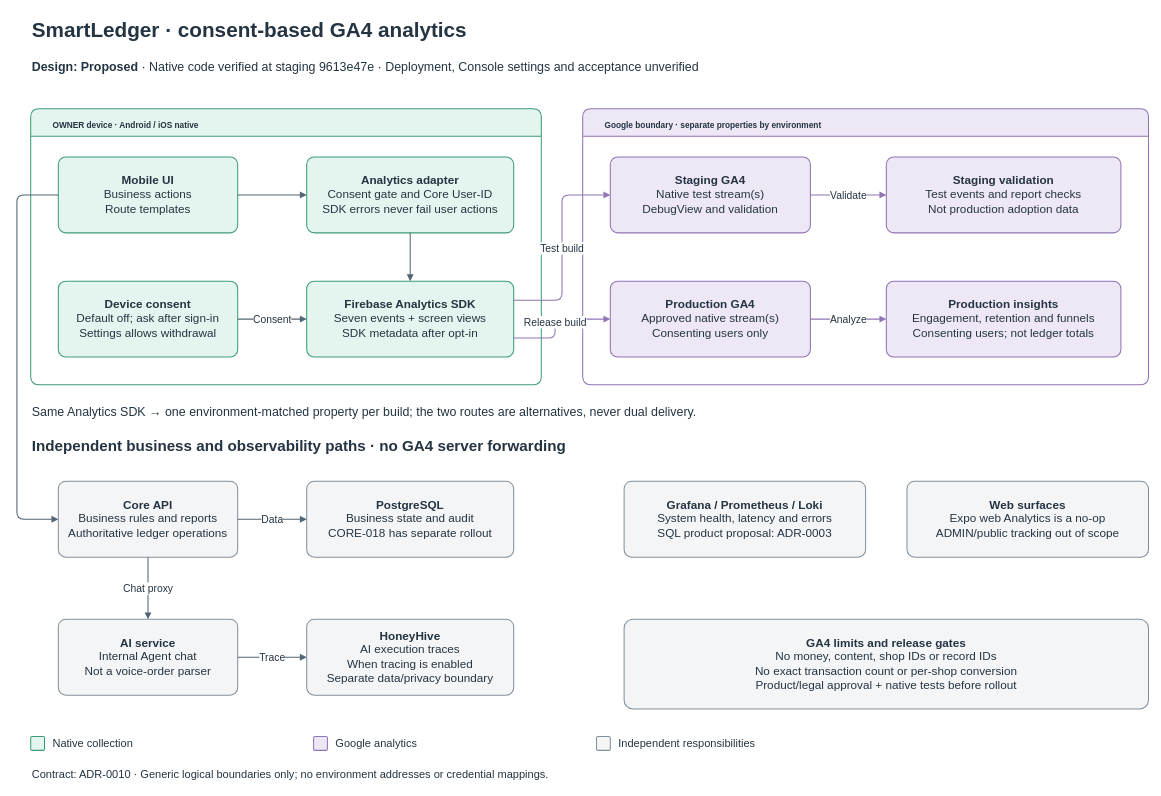
The draw.io diagram docs/architecture/diagrams/src/system-ga4.drawio in miphu2804/smart-ledger, before the edit. Source tidied: cells renumbered, new cells numbered last; positions are measured from the earlier drawing's top-left corner, leaving out a move shared by most shapes. Both pictures are drawn from the tidied source at 69%, with x=0, y=0 at pixel (17, 12).
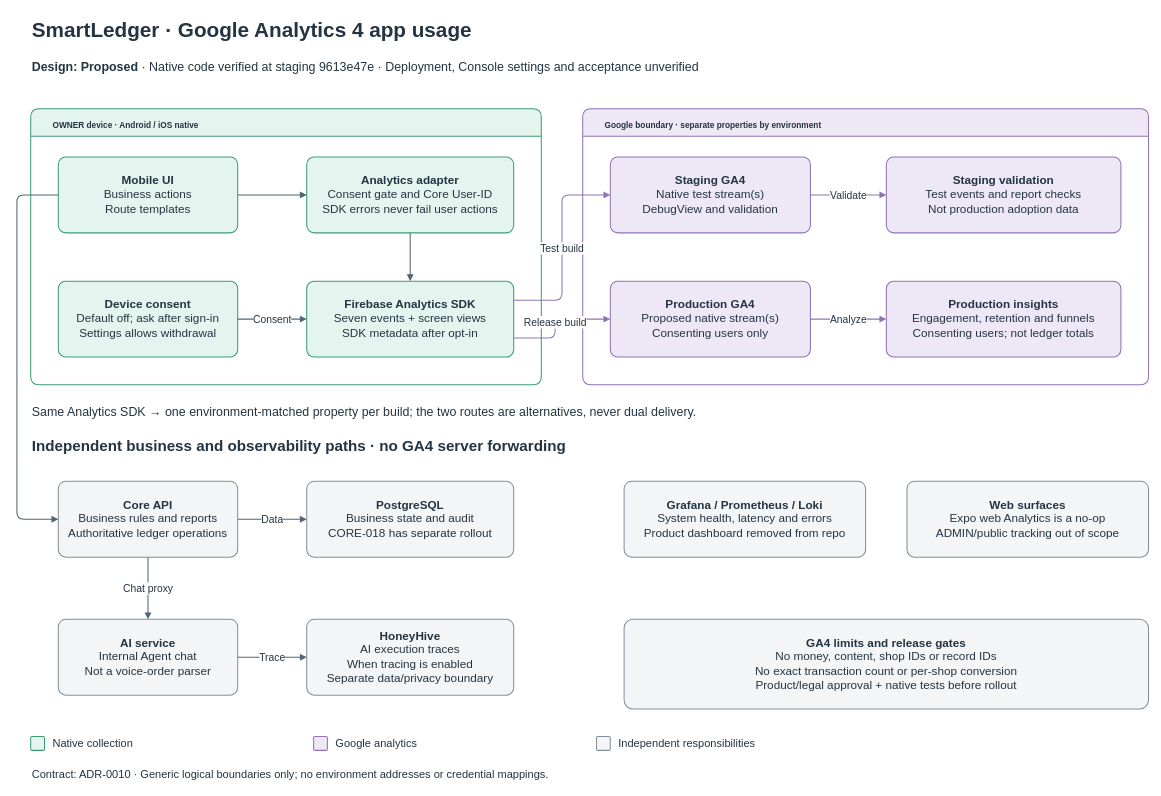
The same diagram, later.

Commit message (it also covers changes not shown here):
docs(architecture): align analytics diagrams

Unchanged cells that the change refers to:
```xml
<mxCell id="9" value="&lt;b&gt;Google boundary · separate properties by environment&lt;/b&gt;" style="rounded=1;arcSize=10;html=1;whiteSpace=wrap;align=center;verticalAlign=middle;spacing=12;fillColor=#eee8f6;strokeColor=#8f74b3;strokeWidth=1.5;fontColor=#243442;fontFamily=Arial;fontSize=17;swimlane;startSize=40;verticalAlign=top;align=left;spacingLeft=20;" parent="1" vertex="1">
  <mxGeometry x="820" y="140" width="820" height="400" as="geometry" />
</mxCell>
```

What changed in the source:
```diff
@@
-    <mxCell id="2" value="&lt;b&gt;SmartLedger · consent-based GA4 analytics&lt;/b&gt;" style="text;html=1;align=left;verticalAlign=middle;whiteSpace=wrap;overflow=hidden;fontColor=#243442;fontFamily=Arial;fontSize=30;" parent="1" vertex="1">
+    <mxCell id="2" value="&lt;b&gt;SmartLedger · Google Analytics 4 app usage&lt;/b&gt;" style="text;html=1;align=left;verticalAlign=middle;whiteSpace=wrap;overflow=hidden;fontColor=#243442;fontFamily=Arial;fontSize=30;" parent="1" vertex="1">
       <mxGeometry x="20" width="1600" height="50" as="geometry" />
     </mxCell>
@@
-    <mxCell id="11" value="&lt;b&gt;Production GA4&lt;/b&gt;&lt;br&gt;Approved native stream(s)&lt;br&gt;Consenting users only" style="rounded=1;arcSize=10;html=1;whiteSpace=wrap;align=center;verticalAlign=middle;spacing=12;fillColor=#eee8f6;strokeColor=#8f74b3;strokeWidth=1.5;fontColor=#243442;fontFamily=Arial;fontSize=17;" parent="9" vertex="1">
+    <mxCell id="11" value="&lt;b&gt;Production GA4&lt;/b&gt;&lt;br&gt;Proposed native stream(s)&lt;br&gt;Consenting users only" style="rounded=1;arcSize=10;html=1;whiteSpace=wrap;align=center;verticalAlign=middle;spacing=12;fillColor=#eee8f6;strokeColor=#8f74b3;strokeWidth=1.5;fontColor=#243442;fontFamily=Arial;fontSize=17;" parent="9" vertex="1">
       <mxGeometry x="40" y="250" width="290" height="110" as="geometry" />
     </mxCell>
@@
-    <mxCell id="20" value="&lt;b&gt;Grafana / Prometheus / Loki&lt;/b&gt;&lt;br&gt;System health, latency and errors&lt;br&gt;SQL product proposal: ADR-0003" style="rounded=1;arcSize=10;html=1;whiteSpace=wrap;align=center;verticalAlign=middle;spacing=12;fillColor=#f4f5f6;strokeColor=#82909c;strokeWidth=1.5;fontColor=#243442;fontFamily=Arial;fontSize=17;" parent="1" vertex="1">
+    <mxCell id="20" value="&lt;b&gt;Grafana / Prometheus / Loki&lt;/b&gt;&lt;br&gt;System health, latency and errors&lt;br&gt;Product dashboard removed from repo" style="rounded=1;arcSize=10;html=1;whiteSpace=wrap;align=center;verticalAlign=middle;spacing=12;fillColor=#f4f5f6;strokeColor=#82909c;strokeWidth=1.5;fontColor=#243442;fontFamily=Arial;fontSize=17;" parent="1" vertex="1">
       <mxGeometry x="880" y="680" width="350" height="110" as="geometry" />
     </mxCell>
```
